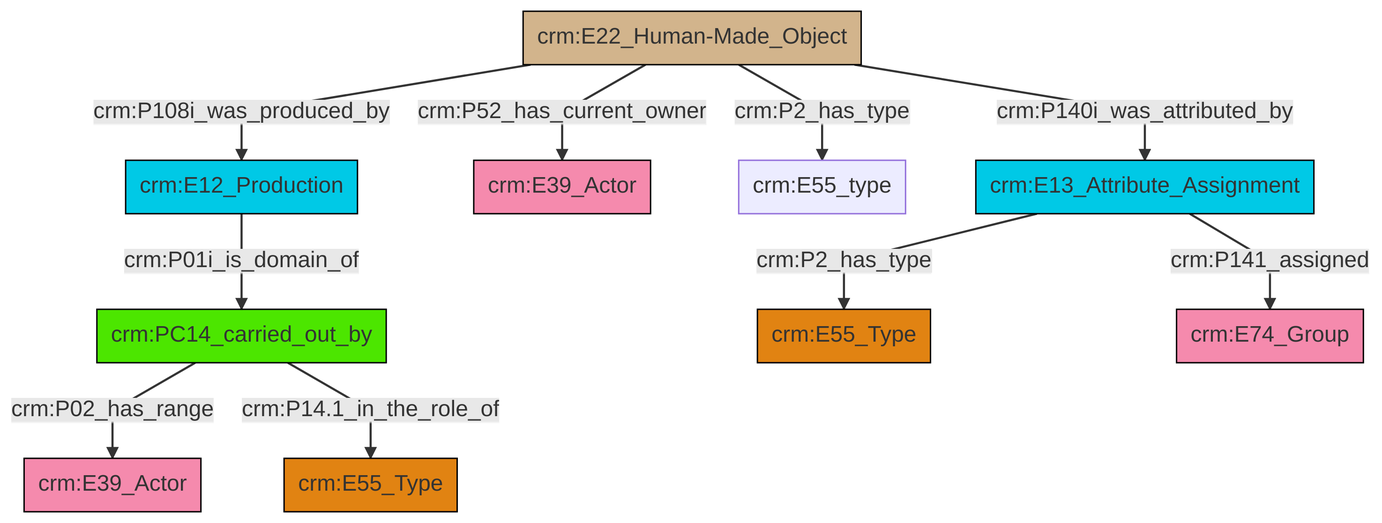
Before: et/builtWorkCSV/ttl/mmd/png/Built_Work_actor_relations.png, a diagram exported from Mermaid (swiss-art-research-net/docs.swissartresearch). Its source is kept beside it as et/builtWorkCSV/ttl/mmd/Built_Work_actor_relations.ttl.mmd.
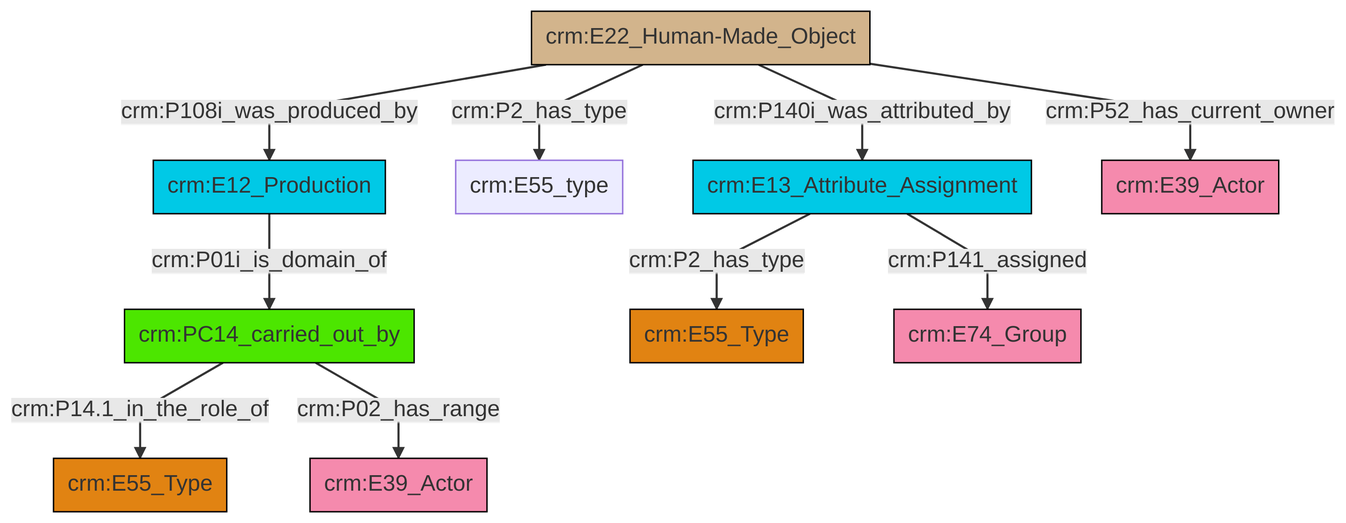
The same diagram one commit later.

Change to the diagram source:
```diff
@@ -14,11 +14,11 @@
 classDef Multi fill:#cccccc,stroke:#000000;
 
 0["crm:E12_Production"]:::Temporal_Entity -->|crm:P01i_is_domain_of| 1["crm:PC14_carried_out_by"]:::PC_Classes
-3["crm:E22_Human-Made_Object"]:::Physical_Thing -->|crm:P108i_was_produced_by| 0["crm:E12_Production"]:::Temporal_Entity
-1["crm:PC14_carried_out_by"]:::PC_Classes -->|crm:P02_has_range| 4["crm:E39_Actor"]:::Actor
-3["crm:E22_Human-Made_Object"]:::Physical_Thing -->|crm:P2_has_type| 7["crm:E55_type"]:::Default
-10["crm:E13_Attribute_Assignment"]:::Temporal_Entity -->|crm:P2_has_type| 8["crm:E55_Type"]:::Type
-3["crm:E22_Human-Made_Object"]:::Physical_Thing -->|crm:P140i_was_attributed_by| 10["crm:E13_Attribute_Assignment"]:::Temporal_Entity
-1["crm:PC14_carried_out_by"]:::PC_Classes -->|crm:P14.1_in_the_role_of| 12["crm:E55_Type"]:::Type
-3["crm:E22_Human-Made_Object"]:::Physical_Thing -->|crm:P52_has_current_owner| 5["crm:E39_Actor"]:::Actor
-10["crm:E13_Attribute_Assignment"]:::Temporal_Entity -->|crm:P141_assigned| 17["crm:E74_Group"]:::Actor
+2["crm:E22_Human-Made_Object"]:::Physical_Thing -->|crm:P2_has_type| 3["crm:E55_type"]:::Default
+1["crm:PC14_carried_out_by"]:::PC_Classes -->|crm:P14.1_in_the_role_of| 6["crm:E55_Type"]:::Type
+1["crm:PC14_carried_out_by"]:::PC_Classes -->|crm:P02_has_range| 7["crm:E39_Actor"]:::Actor
+4["crm:E13_Attribute_Assignment"]:::Temporal_Entity -->|crm:P2_has_type| 9["crm:E55_Type"]:::Type
+2["crm:E22_Human-Made_Object"]:::Physical_Thing -->|crm:P108i_was_produced_by| 0["crm:E12_Production"]:::Temporal_Entity
+2["crm:E22_Human-Made_Object"]:::Physical_Thing -->|crm:P140i_was_attributed_by| 4["crm:E13_Attribute_Assignment"]:::Temporal_Entity
+2["crm:E22_Human-Made_Object"]:::Physical_Thing -->|crm:P52_has_current_owner| 11["crm:E39_Actor"]:::Actor
+4["crm:E13_Attribute_Assignment"]:::Temporal_Entity -->|crm:P141_assigned| 17["crm:E74_Group"]:::Actor
```
